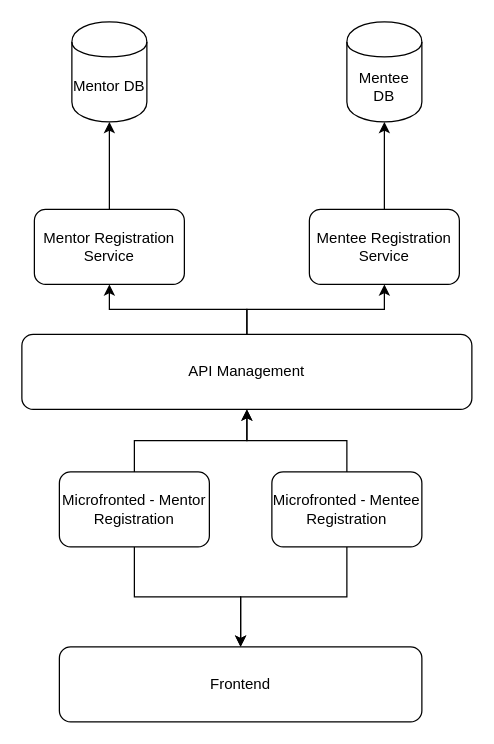
Earlier version of the draw.io diagram page "Microservice" (2 of 6) of cloudskwela2021/drawings.drawio (marilag/talks). Source tidied: cells renumbered, new cells numbered last; positions are measured from the earlier drawing's top-left corner, leaving out a move shared by most shapes. Both pictures are drawn from the tidied source at 125%, with x=0, y=0 at pixel (21, 21).
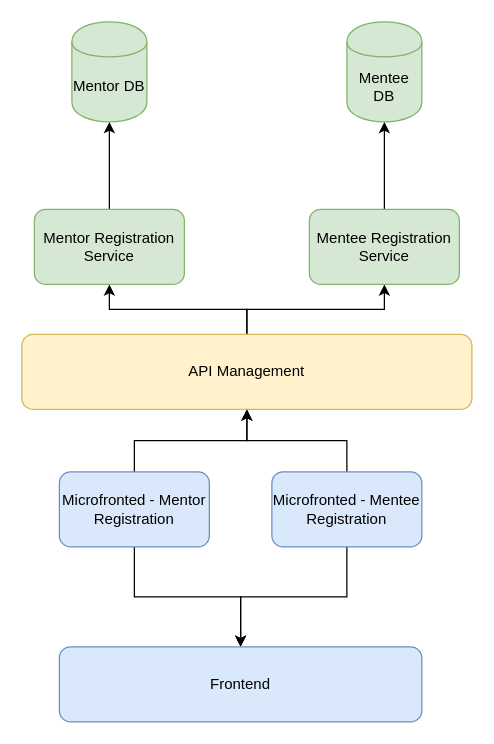
The same page after the edit.

The edit, as a diff of the source:
```diff
@@
 <mxGraphModel>
   <root>
     <mxCell id="0" />
     <mxCell id="1" parent="0" />
     <mxCell id="2" style="edgeStyle=orthogonalEdgeStyle;rounded=0;jettySize=auto;html=1;entryX=0.5;entryY=1;entryDx=0;entryDy=0;" parent="1" edge="1" source="4" target="7">
       <mxGeometry relative="1" as="geometry" />
     </mxCell>
     <mxCell id="3" style="edgeStyle=orthogonalEdgeStyle;rounded=0;jettySize=auto;html=1;" parent="1" edge="1" source="4" target="17">
       <mxGeometry relative="1" as="geometry" />
     </mxCell>
-    <mxCell id="4" value="Microfronted - Mentor Registration" style="rounded=1;whiteSpace=wrap;html=1;" parent="1" vertex="1">
+    <mxCell id="4" value="Microfronted - Mentor Registration" style="rounded=1;whiteSpace=wrap;html=1;fillColor=#dae8fc;strokeColor=#6c8ebf;" parent="1" vertex="1">
       <mxGeometry x="30" y="360" width="120" height="60" as="geometry" />
     </mxCell>
     <mxCell id="5" style="edgeStyle=orthogonalEdgeStyle;rounded=0;jettySize=auto;html=1;entryX=0.5;entryY=1;entryDx=0;entryDy=0;" parent="1" edge="1" source="7" target="12">
       <mxGeometry relative="1" as="geometry" />
     </mxCell>
     <mxCell id="6" style="edgeStyle=orthogonalEdgeStyle;rounded=0;jettySize=auto;html=1;" parent="1" edge="1" source="7" target="14">
       <mxGeometry relative="1" as="geometry" />
     </mxCell>
-    <mxCell id="7" value="API Management" style="rounded=1;whiteSpace=wrap;html=1;" parent="1" vertex="1">
+    <mxCell id="7" value="API Management" style="rounded=1;whiteSpace=wrap;html=1;fillColor=#fff2cc;strokeColor=#d6b656;" parent="1" vertex="1">
       <mxGeometry y="250" width="360" height="60" as="geometry" />
     </mxCell>
     <mxCell id="8" style="edgeStyle=orthogonalEdgeStyle;rounded=0;jettySize=auto;html=1;entryX=0.5;entryY=1;entryDx=0;entryDy=0;entryPerimeter=0;" parent="1" edge="1" source="10" target="7">
       <mxGeometry relative="1" as="geometry" />
     </mxCell>
     <mxCell id="9" style="edgeStyle=orthogonalEdgeStyle;rounded=0;jettySize=auto;html=1;entryX=0.5;entryY=0;entryDx=0;entryDy=0;" parent="1" edge="1" source="10" target="17">
       <mxGeometry relative="1" as="geometry" />
     </mxCell>
-    <mxCell id="10" value="Microfronted - Mentee Registration" style="rounded=1;whiteSpace=wrap;html=1;" parent="1" vertex="1">
+    <mxCell id="10" value="Microfronted - Mentee Registration" style="rounded=1;whiteSpace=wrap;html=1;fillColor=#dae8fc;strokeColor=#6c8ebf;" parent="1" vertex="1">
       <mxGeometry x="200" y="360" width="120" height="60" as="geometry" />
     </mxCell>
     <mxCell id="11" style="edgeStyle=orthogonalEdgeStyle;rounded=0;jettySize=auto;html=1;" parent="1" edge="1" source="12" target="15">
       <mxGeometry relative="1" as="geometry" />
     </mxCell>
-    <mxCell id="12" value="Mentor Registration Service" style="rounded=1;whiteSpace=wrap;html=1;" parent="1" vertex="1">
+    <mxCell id="12" value="Mentor Registration Service" style="rounded=1;whiteSpace=wrap;html=1;fillColor=#d5e8d4;strokeColor=#82b366;" parent="1" vertex="1">
       <mxGeometry x="10" y="150" width="120" height="60" as="geometry" />
     </mxCell>
     <mxCell id="13" style="edgeStyle=orthogonalEdgeStyle;rounded=0;jettySize=auto;html=1;" parent="1" edge="1" source="14" target="16">
       <mxGeometry relative="1" as="geometry" />
     </mxCell>
-    <mxCell id="14" value="Mentee Registration Service" style="rounded=1;whiteSpace=wrap;html=1;" parent="1" vertex="1">
+    <mxCell id="14" value="Mentee Registration Service" style="rounded=1;whiteSpace=wrap;html=1;fillColor=#d5e8d4;strokeColor=#82b366;" parent="1" vertex="1">
       <mxGeometry x="230" y="150" width="120" height="60" as="geometry" />
     </mxCell>
-    <mxCell id="15" value="Mentor DB" style="shape=cylinder;whiteSpace=wrap;html=1;boundedLbl=1;backgroundOutline=1;rounded=1;" parent="1" vertex="1">
+    <mxCell id="15" value="Mentor DB" style="shape=cylinder;whiteSpace=wrap;html=1;boundedLbl=1;backgroundOutline=1;rounded=1;fillColor=#d5e8d4;strokeColor=#82b366;" parent="1" vertex="1">
       <mxGeometry x="40" width="60" height="80" as="geometry" />
     </mxCell>
-    <mxCell id="16" value="Mentee DB" style="shape=cylinder;whiteSpace=wrap;html=1;boundedLbl=1;backgroundOutline=1;rounded=1;" parent="1" vertex="1">
+    <mxCell id="16" value="Mentee DB" style="shape=cylinder;whiteSpace=wrap;html=1;boundedLbl=1;backgroundOutline=1;rounded=1;fillColor=#d5e8d4;strokeColor=#82b366;" parent="1" vertex="1">
       <mxGeometry x="260" width="60" height="80" as="geometry" />
     </mxCell>
-    <mxCell id="17" value="Frontend" style="rounded=1;whiteSpace=wrap;html=1;" parent="1" vertex="1">
+    <mxCell id="17" value="Frontend" style="rounded=1;whiteSpace=wrap;html=1;fillColor=#dae8fc;strokeColor=#6c8ebf;" parent="1" vertex="1">
       <mxGeometry x="30" y="500" width="290" height="60" as="geometry" />
     </mxCell>
   </root>
 </mxGraphModel>
```
